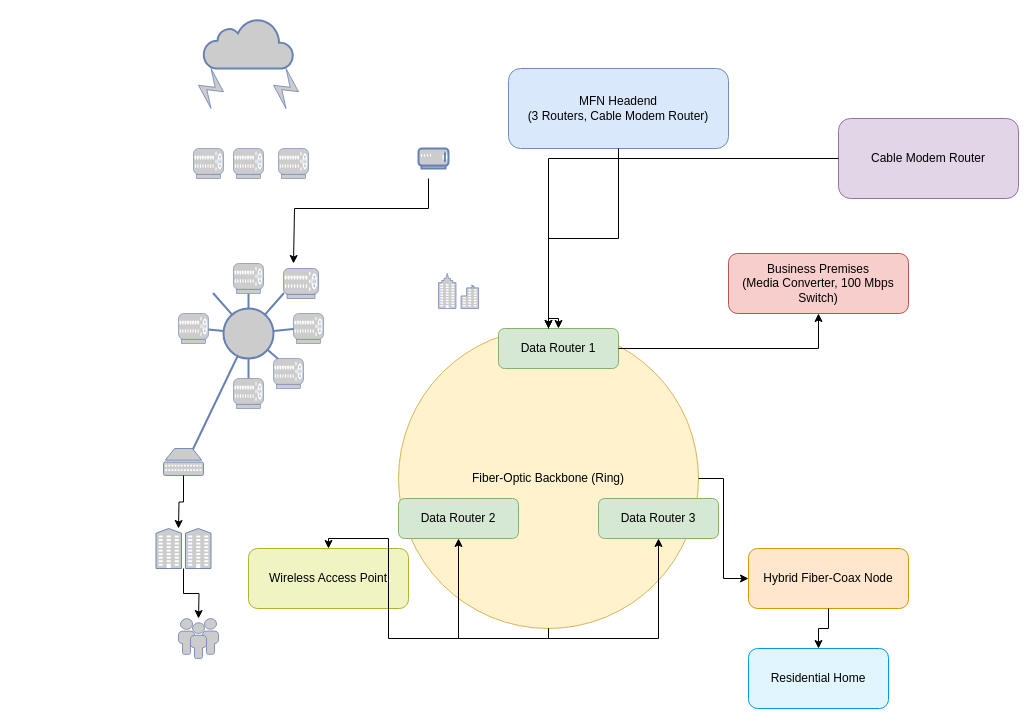
Earlier version of the draw.io diagram MFN.drawio (LisanzaTabby/Lotus-Project). Source tidied: cells renumbered, new cells numbered last; positions are measured from the earlier drawing's top-left corner, leaving out a move shared by most shapes. Both pictures are drawn from the tidied source at 100%, with x=0, y=0 at pixel (156, 18).
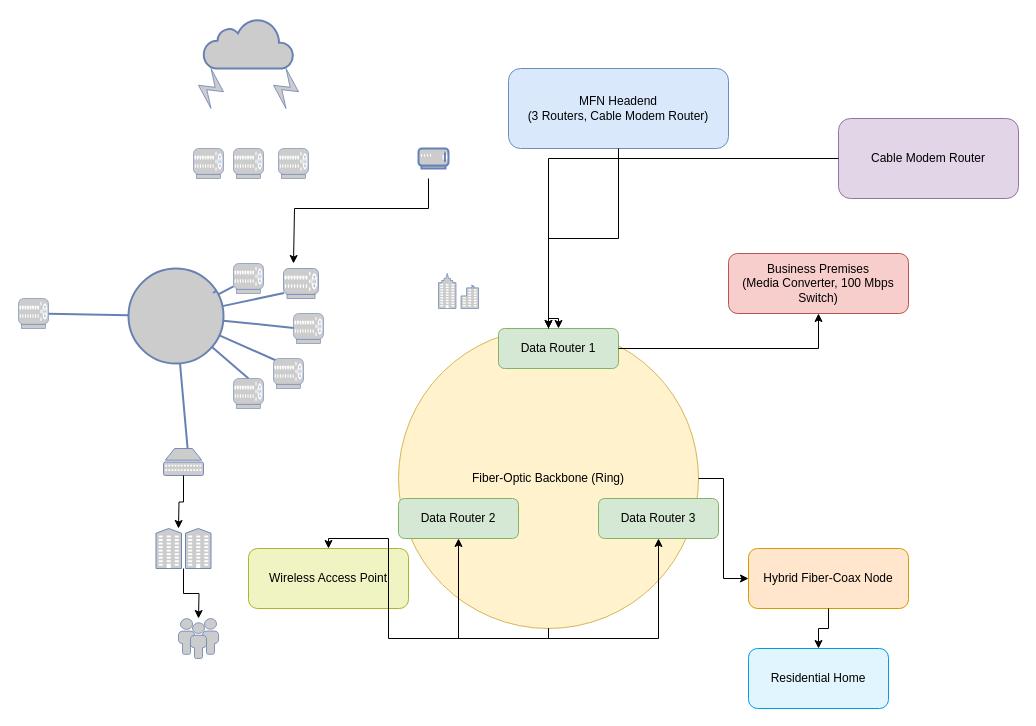
The same diagram, later.

What changed in the source:
```diff
@@
     <mxCell id="21" style="html=1;fillColor=#CCCCCC;strokeColor=#6881B3;shape=ellipse;perimeter=ellipsePerimeter;gradientColor=none;gradientDirection=north;fontColor=#ffffff;strokeWidth=2;" parent="1" vertex="1">
-      <mxGeometry x="67" y="290" width="50" height="50" as="geometry" />
+      <mxGeometry x="-28" y="250" width="95" height="95" as="geometry" />
     </mxCell>
@@
-    <mxCell id="28" style="strokeColor=#6881B3;edgeStyle=none;rounded=0;endArrow=none;dashed=0;html=1;strokeWidth=2;" parent="1" edge="1" target="21">
-      <mxGeometry relative="1" as="geometry">
-        <mxPoint x="42" y="310" as="sourcePoint" />
-      </mxGeometry>
+    <mxCell id="28" style="strokeColor=#6881B3;edgeStyle=none;rounded=0;endArrow=none;dashed=0;html=1;strokeWidth=2;" parent="1" edge="1" source="32" target="21">
+      <mxGeometry relative="1" as="geometry" />
     </mxCell>
@@
     <mxCell id="32" style="fontColor=#0066CC;verticalAlign=top;verticalLabelPosition=bottom;labelPosition=center;align=center;html=1;outlineConnect=0;fillColor=#CCCCCC;strokeColor=#6881B3;gradientColor=none;gradientDirection=north;strokeWidth=2;shape=mxgraph.networks.router;" parent="1" vertex="1">
-      <mxGeometry x="22" y="295" width="30" height="30" as="geometry" />
+      <mxGeometry x="-138" y="280" width="30" height="30" as="geometry" />
     </mxCell>
```
